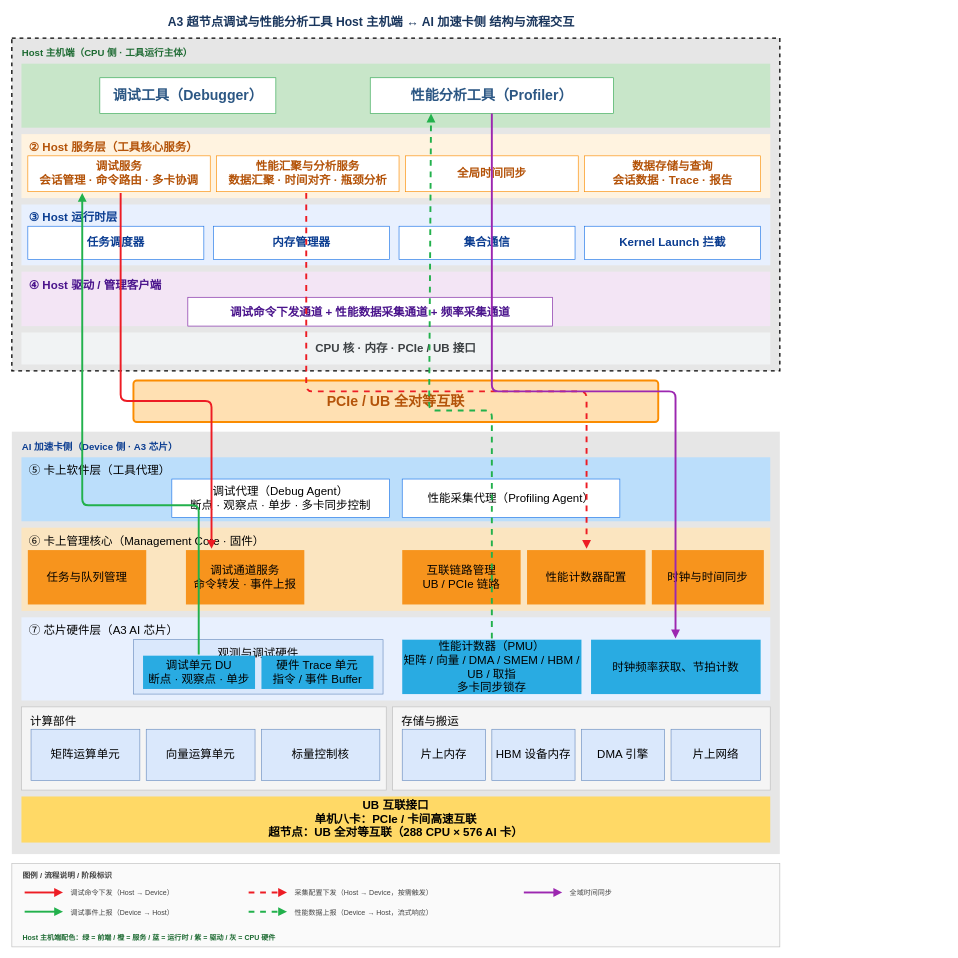
Earlier version of the draw.io diagram page "第 6 页" (6 of 6) of 超节点主机设备侧交互流程图.drawio (HanxuLiu/drawio-files). Source tidied: cells renumbered, new cells numbered last; positions are measured from the earlier drawing's top-left corner, leaving out a move shared by most shapes. Both pictures are drawn from the tidied source at 64%, with x=0, y=0 at pixel (12, 11).
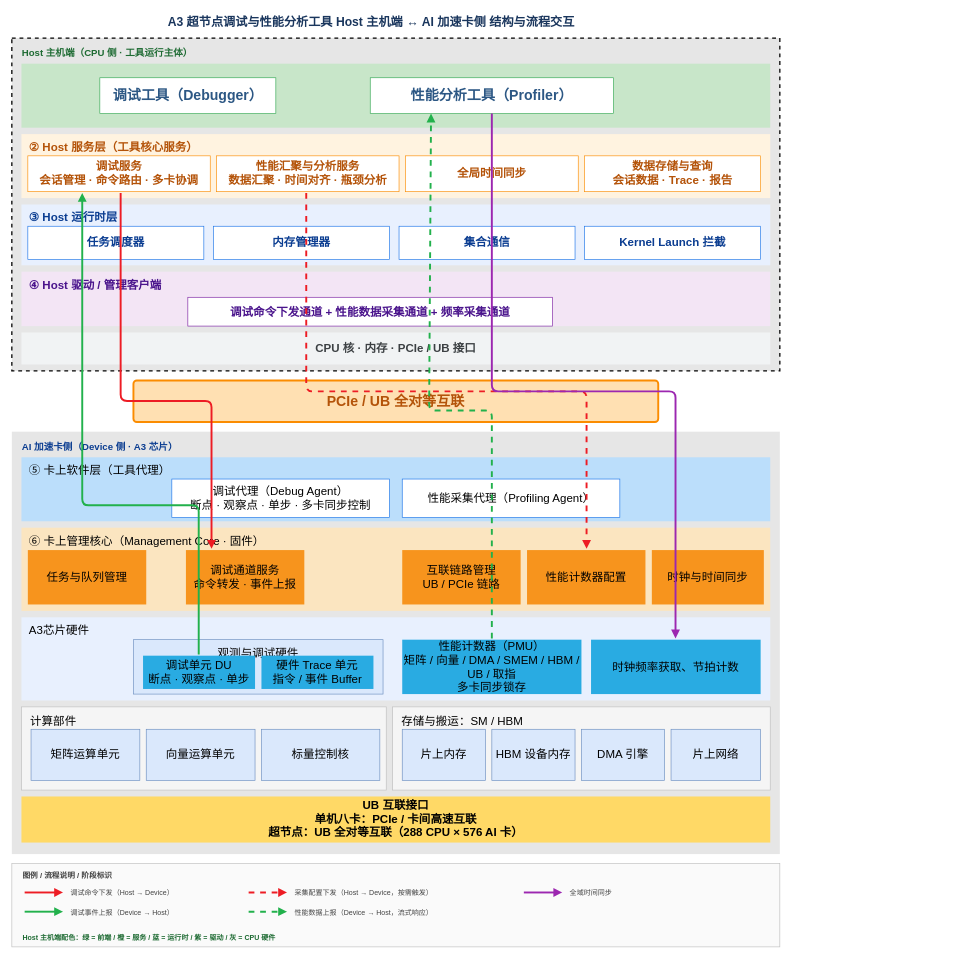
The same diagram, later.

Commit message (it also covers changes not shown here):
更新超节点主机设备侧交互流程图.drawio

What changed in the source:
```diff
@@
-    <mxCell id="37" value="⑦ 芯片硬件层（A3 AI 芯片）" style="text;html=1;fontSize=18;fontStyle=0;fontColor=#000000;align=left;" parent="1" vertex="1">
+    <mxCell id="37" value="A3芯片硬件" style="text;html=1;fontSize=18;fontStyle=0;fontColor=#000000;align=left;" parent="1" vertex="1">
       <mxGeometry x="25" y="951" width="500" height="24" as="geometry" />
     </mxCell>
@@
-    <mxCell id="47" value="存储与搬运" style="rounded=0;whiteSpace=wrap;html=1;fillColor=#F5F5F5;strokeColor=#BDBDBD;fontSize=18;fontColor=#000000;fontStyle=0;verticalAlign=top;align=left;spacingLeft=12;spacingTop=6;" parent="1" vertex="1">
+    <mxCell id="47" value="存储与搬运：SM / HBM" style="rounded=0;whiteSpace=wrap;html=1;fillColor=#F5F5F5;strokeColor=#BDBDBD;fontSize=18;fontColor=#000000;fontStyle=0;verticalAlign=top;align=left;spacingLeft=12;spacingTop=6;" parent="1" vertex="1">
       <mxGeometry x="595" y="1087" width="590" height="130" as="geometry" />
     </mxCell>
```
